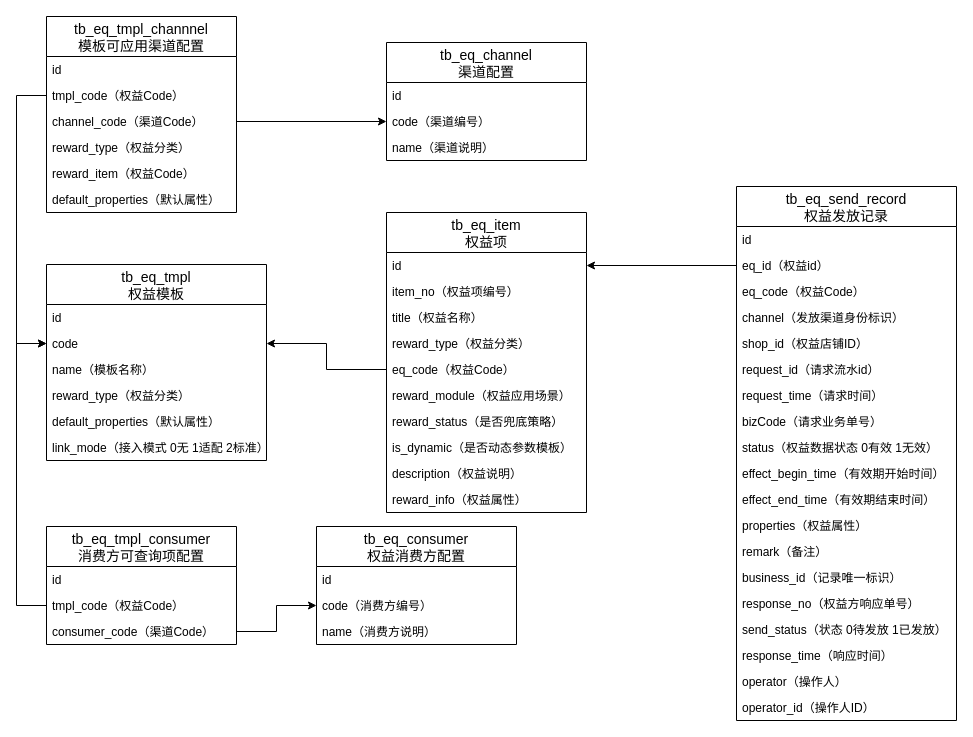
Earlier version of the draw.io diagram page "ER图" (3 of 3) of 权益中心.drawio (jon-kong/draw.io). Source tidied: cells renumbered, new cells numbered last; positions are measured from the earlier drawing's top-left corner, leaving out a move shared by most shapes. Both pictures are drawn from the tidied source at 100%, with x=0, y=0 at pixel (16, 16).
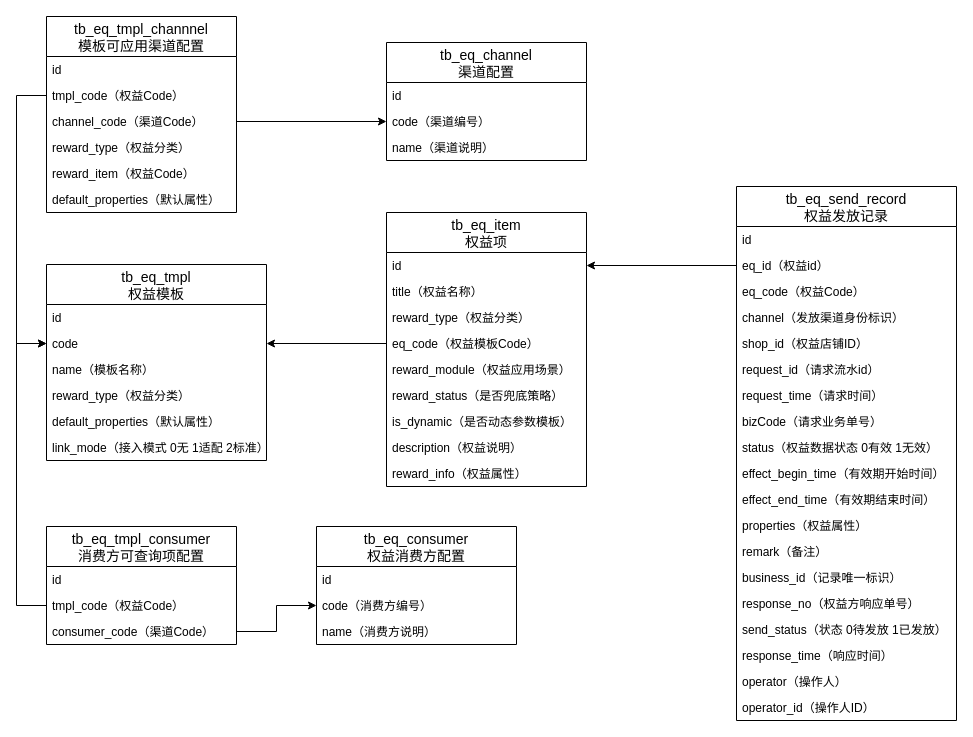
After the change.

Change to the diagram source:
```diff
@@
     <mxCell id="47" value="tb_eq_item&#10;权益项" style="swimlane;fontStyle=0;horizontal=1;startSize=40;align=center;fontSize=14;" parent="1" vertex="1">
-      <mxGeometry x="370" y="196" width="200" height="300" as="geometry" />
+      <mxGeometry x="370" y="196" width="200" height="274" as="geometry" />
     </mxCell>
@@
-    <mxCell id="49" value="item_no（权益项编号）" style="text;strokeColor=none;fillColor=none;spacingLeft=4;spacingRight=4;overflow=hidden;fontSize=12;" parent="47" vertex="1">
-      <mxGeometry y="66" width="200" height="26" as="geometry" />
-    </mxCell>
     <mxCell id="50" value="title（权益名称）" style="text;strokeColor=none;fillColor=none;spacingLeft=4;spacingRight=4;overflow=hidden;fontSize=12;" parent="47" vertex="1">
-      <mxGeometry y="92" width="200" height="26" as="geometry" />
+      <mxGeometry y="66" width="200" height="26" as="geometry" />
     </mxCell>
     <mxCell id="51" value="reward_type（权益分类）" style="text;strokeColor=none;fillColor=none;spacingLeft=4;spacingRight=4;overflow=hidden;fontSize=12;" parent="47" vertex="1">
-      <mxGeometry y="118" width="200" height="26" as="geometry" />
+      <mxGeometry y="92" width="200" height="26" as="geometry" />
     </mxCell>
-    <mxCell id="52" value="eq_code（权益Code）" style="text;strokeColor=none;fillColor=none;spacingLeft=4;spacingRight=4;overflow=hidden;points=[[0,0.5],[1,0.5]];portConstraint=eastwest;fontSize=12;" parent="47" vertex="1">
-      <mxGeometry y="144" width="200" height="26" as="geometry" />
+    <mxCell id="52" value="eq_code（权益模板Code）" style="text;strokeColor=none;fillColor=none;spacingLeft=4;spacingRight=4;overflow=hidden;points=[[0,0.5],[1,0.5]];portConstraint=eastwest;fontSize=12;" parent="47" vertex="1">
+      <mxGeometry y="118" width="200" height="26" as="geometry" />
     </mxCell>
     <mxCell id="53" value="reward_module（权益应用场景）" style="text;strokeColor=none;fillColor=none;spacingLeft=4;spacingRight=4;overflow=hidden;fontSize=12;fontColor=#000000;" parent="47" vertex="1">
-      <mxGeometry y="170" width="200" height="26" as="geometry" />
+      <mxGeometry y="144" width="200" height="26" as="geometry" />
     </mxCell>
     <mxCell id="54" value="reward_status（是否兜底策略）" style="text;strokeColor=none;fillColor=none;spacingLeft=4;spacingRight=4;overflow=hidden;fontSize=12;fontColor=#000000;" parent="47" vertex="1">
-      <mxGeometry y="196" width="200" height="26" as="geometry" />
+      <mxGeometry y="170" width="200" height="26" as="geometry" />
     </mxCell>
     <mxCell id="55" value="is_dynamic（是否动态参数模板）" style="text;strokeColor=none;fillColor=none;spacingLeft=4;spacingRight=4;overflow=hidden;fontSize=12;fontColor=#000000;" parent="47" vertex="1">
-      <mxGeometry y="222" width="200" height="26" as="geometry" />
+      <mxGeometry y="196" width="200" height="26" as="geometry" />
     </mxCell>
     <mxCell id="56" value="description（权益说明）" style="text;strokeColor=none;fillColor=none;spacingLeft=4;spacingRight=4;overflow=hidden;fontSize=12;fontColor=#000000;" parent="47" vertex="1">
-      <mxGeometry y="248" width="200" height="26" as="geometry" />
+      <mxGeometry y="222" width="200" height="26" as="geometry" />
     </mxCell>
     <mxCell id="57" value="reward_info（权益属性）" style="text;strokeColor=none;fillColor=none;spacingLeft=4;spacingRight=4;overflow=hidden;fontSize=12;fontColor=#000000;" parent="47" vertex="1">
-      <mxGeometry y="274" width="200" height="26" as="geometry" />
+      <mxGeometry y="248" width="200" height="26" as="geometry" />
     </mxCell>
```
